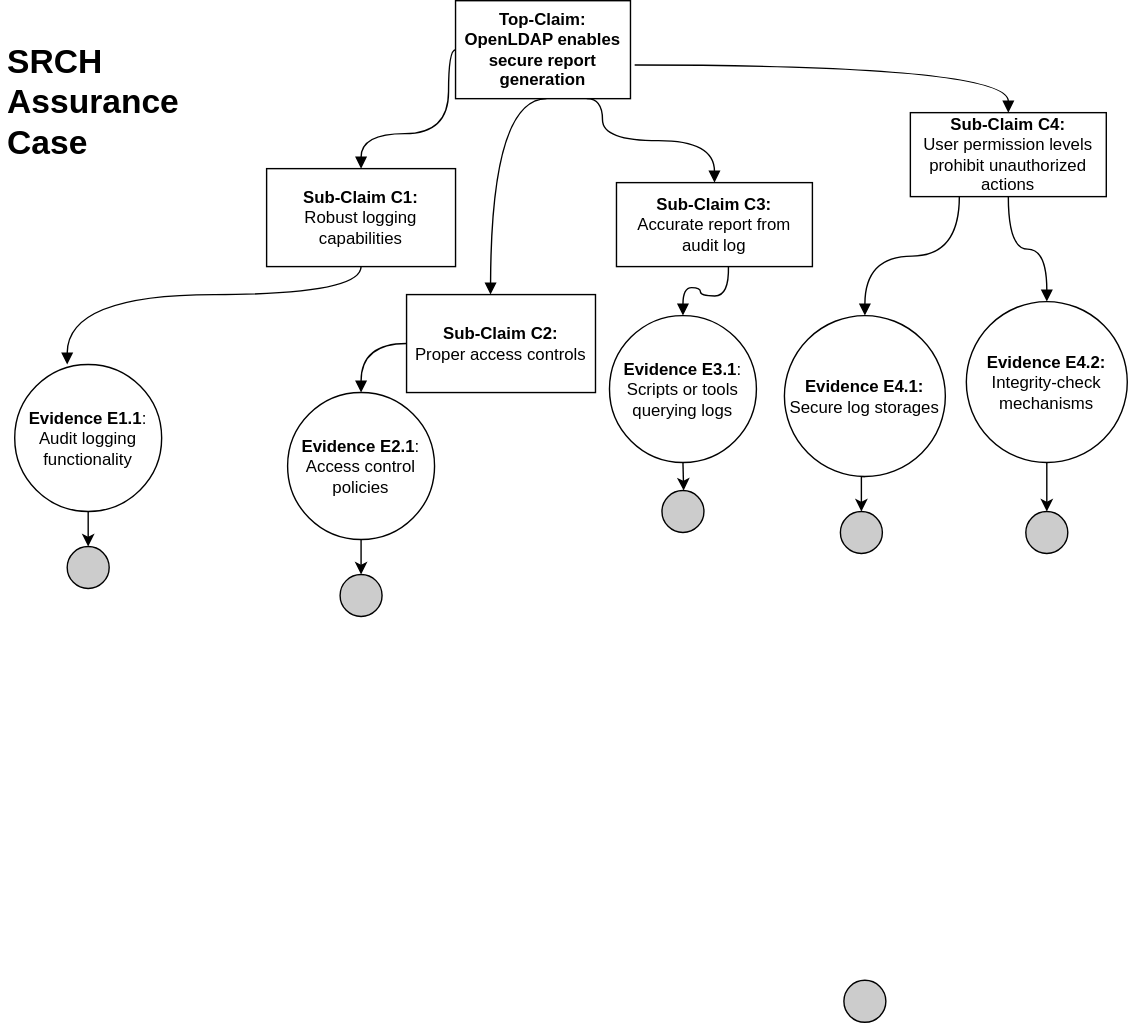
Before: images/SRCH_accurance_case.svg, a diagram exported from draw.io (bartelsjoshuac/SAPG). Source tidied: cells renumbered, new cells last; positions are measured from the earlier drawing's top-left corner, leaving out a move shared by most shapes.
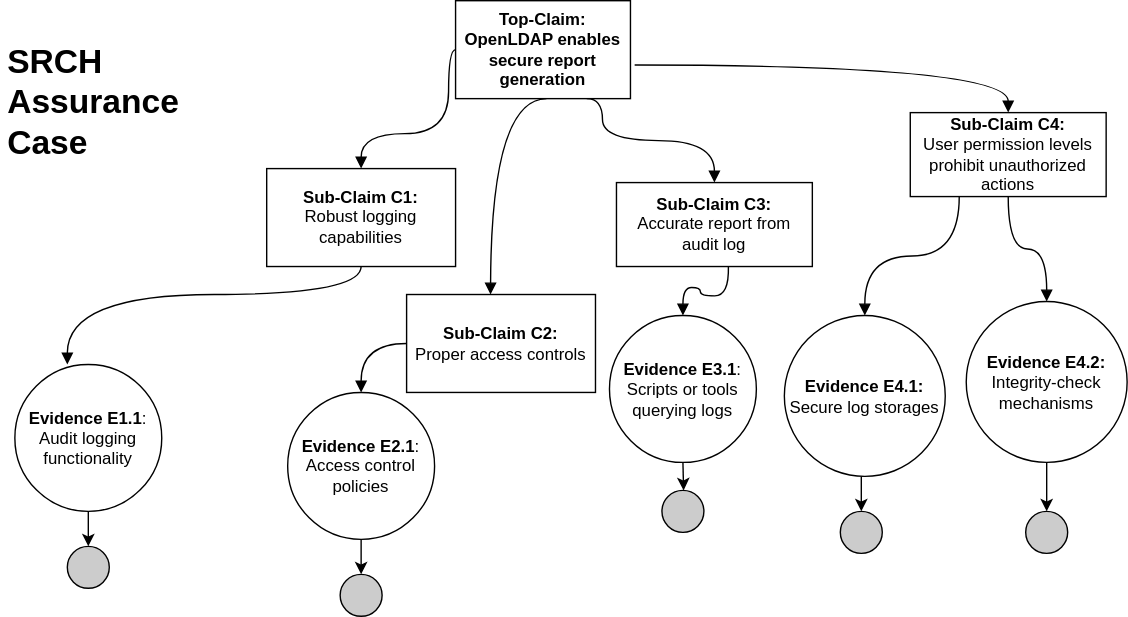
Above is the later version.

The edit, as a diff of the source:
```diff
@@ -50,9 +50,6 @@
     <mxCell id="13" value="&lt;b&gt;Evidence E4.2:&lt;/b&gt;&lt;br&gt;Integrity-check mechanisms" style="ellipse;whiteSpace=wrap;html=1;fillColor=#ffffff;rounded=0;" parent="1" vertex="1">
       <mxGeometry x="690" y="215" width="115" height="115" as="geometry" />
     </mxCell>
-    <mxCell id="14" style="ellipse;whiteSpace=wrap;html=1;fillColor=#CCCCCC;" parent="1" vertex="1">
-      <mxGeometry x="602.5" y="700" width="30" height="30" as="geometry" />
-    </mxCell>
     <mxCell id="15" style="edgeStyle=orthogonalEdgeStyle;rounded=0;jettySize=auto;html=1;exitX=0.5;exitY=1;exitDx=0;exitDy=0;entryX=0.5;entryY=0;entryDx=0;entryDy=0;" parent="1" edge="1" source="16" target="17">
       <mxGeometry relative="1" as="geometry" />
     </mxCell>
```
